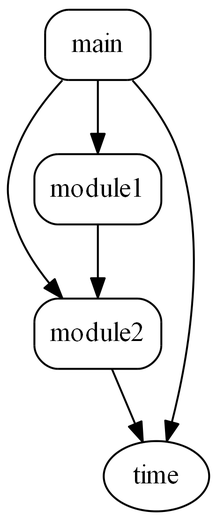
This is doc/graphs/uses_simplediagram.png from jahrWork/software_design, a Graphviz export, as it was before one commit. Its source is kept beside it as doc/graphs/uses_simplediagram.dot. The source it was exported from:
```dot
digraph G {
	graph [dpi=300, name="Diagrama import simple"];
	node [label="\N"];
	graph [bb="0,0,103.11,258"];
	module2 [shape=Mrecord, pos="46.111,91", width="0.89583", height="0.51389"];
	time [shape=ellipse, pos="76.111,18", width="0.75", height="0.5"];
	main [shape=Mrecord, pos="46.111,239", width="0.75", height="0.51389"];
	module1 [shape=Mrecord, pos="46.111,165", width="0.89583", height="0.51389"];
	main -> module1 [pos="e,46.111,183.44 46.111,220.94 46.111,212.81 46.111,202.88 46.111,193.7"];
	module2 -> time [pos="e,69.122,35.54 53.373,72.813 56.925,64.406 61.275,54.112 65.215,44.787"];
	main -> time [pos="e,81.397,35.938 63.857,220.77 72.689,210.94 82.454,197.83 87.111,184 102.81,137.35 92.55,79.18 84.057,45.843"];
	main -> module2 [pos="e,27.939,109.15 27.939,220.85 18.894,211.03 8.8903,197.93 4.1108,184 -1.3703,168.03 -1.3703,161.97 4.1108,146 7.7328,135.44 14.355\
,125.36 21.286,116.83"];
	module1 -> module2 [pos="e,46.111,109.44 46.111,146.94 46.111,138.81 46.111,128.88 46.111,119.7"];
}
```
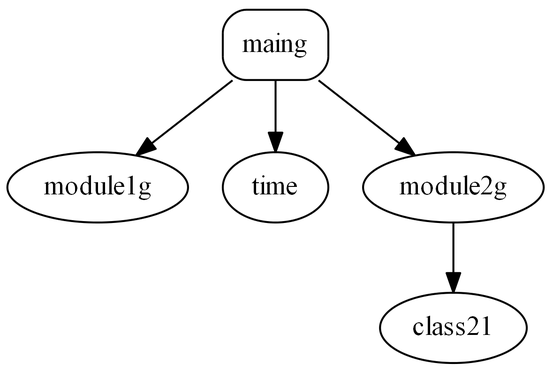
Above is the later version.

Change to the diagram source:
```diff
@@ -1,15 +1,190 @@
 digraph G {
-	graph [dpi=300, name="Diagrama import simple"];
+	graph [dpi=300, grap_name="TOP-DOWN design"];
 	node [label="\N"];
-	graph [bb="0,0,103.11,258"];
-	module2 [shape=Mrecord, pos="46.111,91", width="0.89583", height="0.51389"];
-	time [shape=ellipse, pos="76.111,18", width="0.75", height="0.5"];
-	main [shape=Mrecord, pos="46.111,239", width="0.75", height="0.51389"];
-	module1 [shape=Mrecord, pos="46.111,165", width="0.89583", height="0.51389"];
-	main -> module1 [pos="e,46.111,183.44 46.111,220.94 46.111,212.81 46.111,202.88 46.111,193.7"];
-	module2 -> time [pos="e,69.122,35.54 53.373,72.813 56.925,64.406 61.275,54.112 65.215,44.787"];
-	main -> time [pos="e,81.397,35.938 63.857,220.77 72.689,210.94 82.454,197.83 87.111,184 102.81,137.35 92.55,79.18 84.057,45.843"];
-	main -> module2 [pos="e,27.939,109.15 27.939,220.85 18.894,211.03 8.8903,197.93 4.1108,184 -1.3703,168.03 -1.3703,161.97 4.1108,146 7.7328,135.44 14.355\
-,125.36 21.286,116.83"];
-	module1 -> module2 [pos="e,46.111,109.44 46.111,146.94 46.111,138.81 46.111,128.88 46.111,119.7"];
+	graph [bb="0,0,3122,406"];
+	"main.py" [shape=Mrecord, pos="1219,387", width="0.84028", height="0.51389"];
+	os [pos="1424,18", width="0.75", height="0.5"];
+	random [pos="2872,313", width="1.0604", height="0.5"];
+	numpy [pos="2794,165", width="0.98259", height="0.5"];
+	torch [pos="600,18", width="0.81802", height="0.5"];
+	logging [pos="959,91", width="1.0284", height="0.5"];
+	cmd_args [shape=Mrecord, pos="1774,313", width=1, height="0.51389"];
+	argparse [pos="1861,239", width="1.1472", height="0.5"];
+	sys [pos="1774,239", width="0.75", height="0.5"];
+	config [shape=Mrecord, pos="987,165", width="0.75", height="0.51389"];
+	io [shape=Mrecord, pos="3007,91", width="0.75", height="0.51389"];
+	json [pos="2918,18", width="0.75", height="0.5"];
+	shutil [pos="3011,18", width="0.81802", height="0.5"];
+	ast [pos="3095,18", width="0.75", height="0.5"];
+	register [shape=Mrecord, pos="308,91", width="0.78472", height="0.51389"];
+	nn [pos="252,18", width="0.75", height="0.5"];
+	loader [shape=Mrecord, pos="1572,239", width="0.75", height="0.51389"];
+	networkx [pos="2658,91", width="1.2249", height="0.5"];
+	time [pos="1369,165", width="0.75", height="0.5"];
+	pickle [pos="2201,165", width="0.89579", height="0.5"];
+	dataset [pos="2288,165", width="1.0055", height="0.5"];
+	data [pos="2369,165", width="0.75", height="0.5"];
+	datasets [pos="1606,165", width="1.1152", height="0.5"];
+	transforms [pos="1714,165", width="1.3895", height="0.5"];
+	feature_augment [pos="1852,165", width="1.9471", height="0.5"];
+	transform [shape=Mrecord, pos="2628,165", width="0.97917", height="0.51389"];
+	utils [pos="2569,91", width="0.75", height="0.5"];
+	graphproppred [pos="2006,165", width="1.8145", height="0.5"];
+	batch [pos="2120,165", width="0.84093", height="0.5"];
+	logger [shape=Mrecord, pos="1399,313", width="0.75", height="0.51389"];
+	math [pos="1323,239", width="0.78608", height="0.5"];
+	pdb [pos="1297,165", width="0.75", height="0.5"];
+	metrics [pos="1654,239", width="1.0284", height="0.5"];
+	tensorboardX [pos="2475,165", width="1.6958", height="0.5"];
+	device [shape=Mrecord, pos="1173,239", width="0.75", height="0.51389"];
+	subprocess [pos="1161,165", width="1.4534", height="0.5"];
+	optimizer [shape=Mrecord, pos="96,239", width="0.94444", height="0.51389"];
+	optim [pos="60,165", width="0.87288", height="0.5"];
+	model_builder [shape=Mrecord, pos="636,239", width="1.3403", height="0.51389"];
+	gnn [pos="551,165", width="0.75", height="0.5"];
+	network [pos="636,165", width="1.1152", height="0.5"];
+	train [shape=Mrecord, pos="918,313", width="0.75", height="0.51389"];
+	loss [shape=Mrecord, pos="355,239", width="0.75", height="0.51389"];
+	functional [pos="308,165", width="1.2798", height="0.5"];
+	epoch [shape=Mrecord, pos="1025,239", width="0.75", height="0.51389"];
+	checkpoint [shape=Mrecord, pos="865,239", width="1.0833", height="0.51389"];
+	agg_runs [shape=Mrecord, pos="2844,239", width="0.94444", height="0.51389"];
+	pandas [pos="2960,165", width="1.0055", height="0.5"];
+	comp_budget [shape=Mrecord, pos="1261,313", width="1.3125", height="0.51389"];
+	"main.py" -> os [pos="e,1451.2,19.179 1249.5,384.7 1463.5,375.42 2730,317.21 2730,240 2730,240 2730,240 2730,164 2730,122.25 2742.8,99.029 2711,72 2662.1\
+,30.489 1667.5,20.816 1461.3,19.253"];
+	"main.py" -> random [pos="e,2844.1,325.38 1249.6,386.21 1443.4,387.38 2502.5,390.92 2820,332 2824.7,331.12 2829.6,329.89 2834.4,328.48"];
+	"main.py" -> numpy [pos="e,2794.7,183.15 1249.8,385.92 1460.6,385.24 2682.7,379.29 2744,332 2786.5,299.22 2794.1,231.52 2794.7,193.48"];
+	"main.py" -> torch [pos="e,570.65,19.711 1188.3,385.67 1020,383.7 212.84,372.19 110,332 50.639,308.8 0,303.73 0,240 0,240 0,240 0,164 0,48.313 426.77,24.625\
+ 560.45,20.043"];
+	"main.py" -> logging [pos="e,925.59,99.059 1188.3,383.51 1115.6,377.24 935.5,359.32 882,332 840.58,310.85 825.8,300.97 808,258 788.36,210.6 800.67,183.21 836\
+,146 857.36,123.5 889.72,109.81 915.9,101.84"];
+	"main.py" -> cmd_args [pos="e,1737.8,318.7 1249.6,382.03 1341.9,370.06 1617.4,334.31 1727.7,320.01"];
+	cmd_args -> argparse [pos="e,1842.6,255.23 1794.6,294.94 1806.6,285.04 1821.7,272.48 1834.6,261.87"];
+	cmd_args -> sys [pos="e,1774,257.44 1774,294.94 1774,286.81 1774,276.88 1774,267.7"];
+	"main.py" -> config [pos="e,1013.5,183.14 1201.7,368.92 1177.3,344.66 1131.5,298.67 1094,258 1078.8,241.55 1077.5,235.13 1061,220 1049,208.98 1034.8,198.14\
+ 1022,189.1"];
+	config -> logging [pos="e,965.59,108.94 980.36,146.94 977.05,138.42 972.97,127.92 969.26,118.4"];
+	config -> os [pos="e,1399,24.901 1014.1,152.61 1058.4,134.26 1149.2,97.62 1228,72 1283.7,53.889 1349.7,36.961 1389.1,27.31"];
+	config -> io [pos="e,2979.7,94.014 1014,158.59 1036.6,154.32 1069.8,148.66 1099,146 1812.7,80.991 1995,139.75 2711,110 2804,106.13 2913.3,98.748 2969.5\
+,94.744"];
+	io -> json [pos="e,2934.6,32.25 2985.5,72.813 2972.5,62.481 2956,49.299 2942.5,38.568"];
+	io -> os [pos="e,1451.2,19.024 2979.9,85.613 2952.7,81.389 2909.6,75.186 2872,72 2312.2,24.542 1627,19.552 1461.3,19.051"];
+	io -> shutil [pos="e,3010,36.029 3008,72.813 3008.4,64.789 3009,55.047 3009.5,46.069"];
+	io -> ast [pos="e,3078.3,32.477 3028.3,72.813 3041,62.549 3057.2,49.473 3070.5,38.78"];
+	config -> register [pos="e,336.61,95.034 959.96,161.13 854.51,149.95 470.57,109.24 346.76,96.11"];
+	register -> torch [pos="e,573.06,25.551 336.53,83.063 389.73,70.127 504.03,42.335 563.05,27.984"];
+	register -> nn [pos="e,264.29,34.576 294.44,72.813 287.26,63.707 278.33,52.388 270.52,42.483"];
+	"main.py" -> loader [pos="e,1551.5,257.11 1249.8,381.74 1292.7,375.05 1372.3,359.86 1435,332 1475.4,314.05 1516.9,284.31 1543.4,263.52"];
+	loader -> networkx [pos="e,2667.8,108.76 1599,222.97 1602,221.79 1605,220.76 1608,220 1665.3,205.44 2630.9,226.52 2672,184 2688.7,166.75 2681.3,138.56 2672.2\
+,117.93"];
+	loader -> time [pos="e,1392.5,174.33 1544.6,228.29 1507.6,215.16 1441.7,191.78 1402,177.7"];
+	loader -> logging [pos="e,995.86,92.772 1556.6,220.8 1534.7,196.67 1494.8,154.74 1476,146 1393,107.53 1117.3,96.125 1006.1,93.045"];
+	loader -> pickle [pos="e,2177.5,177.73 1599.1,223.07 1602,221.86 1605,220.8 1608,220 1844.9,155.86 1920.3,241.16 2159,184 2162,183.28 2165,182.37 2168.1\
+,181.34"];
+	loader -> dataset [pos="e,2262.2,177.75 1599.1,223.04 1602,221.84 1605,220.79 1608,220 1880.7,147.39 1966.3,244.17 2242,184 2245.5,183.25 2249,182.27 2252.5\
+,181.16"];
+	loader -> torch [pos="e,629.36,19.78 1566.1,220.91 1557.8,199.64 1540.5,163.94 1513,146 1365.3,49.627 795.01,25.059 639.41,20.092"];
+	loader -> data [pos="e,2349.4,177.63 1599.1,223.02 1602,221.82 1605,220.78 1608,220 1920.1,138.11 2020.9,265.89 2333,184 2335.3,183.39 2337.7,182.61 \
+2340,181.73"];
+	loader -> datasets [pos="e,1598,182.94 1580.1,220.94 1584.1,212.33 1589.1,201.7 1593.7,192.09"];
+	loader -> transforms [pos="e,1686.1,180.15 1599,224.29 1621.2,213.07 1652.7,197.1 1677.1,184.71"];
+	loader -> config [pos="e,1014.1,170.71 1544.8,235.33 1472.2,228.12 1268.1,207.23 1099,184 1074,180.57 1046,176.07 1024.2,172.42"];
+	loader -> feature_augment [pos="e,1801.4,177.59 1599.2,223.52 1602.1,222.23 1605.1,221.02 1608,220 1678.8,195.02 1699.7,200.34 1773,184 1779,182.65 1785.3,181.24\
+ 1791.6,179.82"];
+	loader -> transform [pos="e,2592.3,175.18 1599,222.98 1602,221.8 1605,220.76 1608,220 1809.8,168.24 2338.3,210.18 2545,184 2557.2,182.45 2570.3,179.99 2582.4\
+,177.39"];
+	transform -> networkx [pos="e,2650.9,108.94 2635.1,146.94 2638.7,138.42 2643,127.92 2647,118.4"];
+	transform -> torch [pos="e,629.41,19.754 2592.3,149.79 2587.5,148.3 2582.7,146.98 2578,146 2187.7,64.918 883.81,26.578 639.59,20.025"];
+	transform -> utils [pos="e,2581.7,107.47 2614,146.94 2606.3,137.49 2596.5,125.6 2588.1,115.31"];
+	loader -> register [pos="e,336.65,92.638 1544.8,222.82 1498.5,196.97 1408.8,147.07 1405,146 1301.6,116.68 529.97,97.132 346.88,92.874"];
+	loader -> graphproppred [pos="e,1960.2,177.95 1599.1,223.21 1602.1,221.97 1605.1,220.87 1608,220 1746.5,179.07 1788.7,208.9 1931,184 1937.2,182.91 1943.7,181.61\
+ 1950.2,180.21"];
+	loader -> batch [pos="e,2098.1,177.51 1599.1,223.1 1602,221.89 1605,220.82 1608,220 1810.8,163.91 1876.1,235.95 2080,184 2082.8,183.28 2085.7,182.37 2088.6\
+,181.34"];
+	"main.py" -> logger [pos="e,1371.9,324.86 1249.5,373.79 1280.8,361.3 1329.3,341.9 1362.5,328.6"];
+	logger -> torch [pos="e,611.77,34.754 1371.8,305.01 1356,301.18 1335.5,296.68 1317,294 1206.8,278.02 917.18,306.73 817,258 766.05,233.22 660.23,98.503\
+ 617.98,42.96"];
+	logger -> math [pos="e,1338.3,254.51 1381,294.94 1370.4,284.94 1357,272.21 1345.7,261.52"];
+	logger -> os [pos="e,1424.6,36.231 1404.9,294.71 1408.2,284.22 1412,270.49 1414,258 1426,182.01 1425.9,90.866 1424.9,46.277"];
+	logger -> sys [pos="e,1752.7,250.58 1426.4,309.94 1484.1,305.08 1622,290.76 1733,258 1736.4,257 1739.9,255.79 1743.3,254.48"];
+	logger -> logging [pos="e,955.83,108.95 1371.8,305.27 1355.9,301.52 1335.4,297.02 1317,294 1244.6,282.12 1049.4,299.58 989,258 945.7,228.2 947.14,198.42\
+ 951,146 951.65,137.13 952.9,127.51 954.22,118.87"];
+	logger -> config [pos="e,1014.1,170.53 1396.8,294.64 1393.2,273.43 1383.7,238.14 1360,220 1313.5,184.41 1156.9,192.65 1099,184 1074.1,180.28 1046,175.77\
+ 1024.3,172.2"];
+	logger -> io [pos="e,3016.8,109.18 1426.4,310.29 1482.9,306.81 1616.6,298.81 1729,294 1857.6,288.49 2762.7,291.49 2887,258 2953.8,240 2988.6,243.44\
+ 3024,184 3035.9,164.07 3029.2,137.73 3021,118.35"];
+	logger -> pdb [pos="e,1317.9,176.97 1402.7,294.94 1405.9,275.29 1408.2,242.79 1394,220 1392,216.73 1354.6,196.47 1326.9,181.73"];
+	logger -> metrics [pos="e,1626.5,251.4 1426,306.11 1466.1,297.13 1543.6,278.82 1608,258 1610.9,257.05 1613.9,256.02 1616.9,254.94"];
+	logger -> tensorboardX [pos="e,2433.1,178.21 1426.1,312.43 1481,312.21 1608,306.06 1700,258 1721.2,246.94 1716.2,229.73 1738,220 1873.6,159.52 2258.3,206.59 \
+2405,184 2410.9,183.09 2417,181.91 2423,180.57"];
+	logger -> device [pos="e,1200,248.6 1371.7,303.32 1331.2,290.41 1255.1,266.16 1209.7,251.71"];
+	device -> torch [pos="e,629.37,20.102 1146.5,220.95 1131.8,210.98 1113.6,197.68 1099,184 1051.5,139.63 1062,103.23 1005,72 942.55,37.777 728.82,24.631\
+ 639.61,20.555"];
+	device -> subprocess [pos="e,1163.9,183.44 1170.2,220.94 1168.8,212.72 1167.1,202.66 1165.6,193.41"];
+	device -> numpy [pos="e,2761.2,171.93 1200,232.62 1222.6,228.37 1255.8,222.71 1285,220 1899,162.95 2057.6,237.1 2672,184 2698.5,181.71 2728,177.41 2751.3\
+,173.59"];
+	device -> pdb [pos="e,1277.2,177.52 1200.2,222.2 1220.4,210.5 1247.8,194.58 1268.3,182.68"];
+	device -> config [pos="e,1014.2,178.31 1145.8,225.69 1141.2,223.72 1136.5,221.76 1132,220 1086.5,202.15 1073.5,201.85 1028,184 1026.6,183.45 1025.2,182.88\
+ 1023.7,182.3"];
+	device -> logging [pos="e,977.02,107.02 1146,225.33 1119.1,212.57 1080,193.45 1066,184 1044.9,169.69 1042.3,162.67 1023,146 1010.5,135.19 996.45,123.33 \
+984.73,113.48"];
+	device -> os [pos="e,1406.2,31.551 1188.2,220.66 1205.2,201.6 1233.9,170.45 1261,146 1306.9,104.49 1365,61.234 1398,37.447"];
+	"main.py" -> optimizer [pos="e,99.497,257.06 1188.4,386.25 1022.3,387.39 234.02,389.7 144,332 121.32,317.46 108.76,288.52 102.23,266.96"];
+	optimizer -> config [pos="e,959.96,168.18 130.11,235.24 270.56,223.89 803.56,180.82 949.73,169.01"];
+	optimizer -> optim [pos="e,68.222,182.44 87.469,220.94 83.102,212.2 77.697,201.39 72.839,191.68"];
+	optimizer -> register [pos="e,279.31,94.847 100.59,220.9 106.99,200.29 120.52,165.94 144,146 179.77,115.63 233.12,102.21 269.17,96.365"];
+	"main.py" -> model_builder [pos="e,643.93,257.01 1188.3,385.85 1091.1,384.88 791.3,378.16 708,332 681.11,317.1 660.82,287.59 648.75,266"];
+	model_builder -> torch [pos="e,583.03,32.767 587.21,229.44 561.04,222.1 530.96,208.61 515,184 482.88,134.49 540.22,71.369 575.46,39.453"];
+	model_builder -> config [pos="e,959.88,171.56 684.81,227.99 755.82,213.42 886.11,186.7 949.87,173.62"];
+	model_builder -> gnn [pos="e,567.03,179.57 615.86,220.94 603.5,210.47 587.61,197.01 574.66,186.04"];
+	model_builder -> network [pos="e,636,183.44 636,220.94 636,212.81 636,202.88 636,193.7"];
+	model_builder -> register [pos="e,336.59,108.82 587.42,223.03 556.75,213.07 516.53,199.08 482,184 433.56,162.84 380.14,133.67 345.43,113.88"];
+	"main.py" -> train [pos="e,945.09,320.48 1188.5,378.7 1132.8,365.38 1015,337.2 954.92,322.83"];
+	train -> torch [pos="e,575.07,27.948 890.97,309.83 820.56,303.83 633.16,285.66 578,258 535.86,236.87 520.33,227.43 502,184 495.43,168.44 500.53,162.83\
+ 502,146 504.9,112.73 496.32,99.681 515,72 527.15,53.998 547.67,40.948 565.5,32.302"];
+	train -> time [pos="e,1350,178.03 945.29,310.02 997.8,305.55 1115.9,292.25 1209,258 1235.9,248.11 1303.2,207.21 1341.4,183.4"];
+	train -> logging [pos="e,934.69,104.73 890.64,305.76 866.53,298.66 832.84,284.44 817,258 808.32,243.51 810.48,235.58 817,220 838.1,169.54 890.87,131.01\
+ 925.79,109.96"];
+	train -> config [pos="e,978.79,183.38 926.05,294.97 937.93,269.83 960.27,222.55 974.36,192.76"];
+	train -> loss [pos="e,382.16,246.12 890.9,309.74 818.25,303.49 613.15,284.69 444,258 426.88,255.3 408.06,251.6 392.15,248.26"];
+	loss -> torch [pos="e,571.27,22.327 359.54,220.98 369.31,187.58 395.48,113.12 444,72 477.52,43.591 526.98,30.193 561.18,24.019"];
+	loss -> nn [pos="e,245.45,35.534 327.55,233.18 301,226.9 262.18,213.07 244,184 217.4,141.47 230.88,80.036 242.09,45.379"];
+	loss -> functional [pos="e,319.06,182.94 343.86,220.94 338.13,212.15 331.02,201.26 324.64,191.5"];
+	loss -> register [pos="e,282.9,109.23 327.85,231.98 303.47,224.97 269.12,210.78 253,184 244.29,169.53 246.47,161.57 253,146 257.81,134.53 266.38,124.27\
+ 275.35,115.85"];
+	loss -> config [pos="e,959.94,169.08 382.16,234.91 482.74,223.45 834.21,183.41 949.82,170.24"];
+	train -> epoch [pos="e,999.45,257.19 943.36,294.94 957.64,285.32 975.68,273.19 991.16,262.77"];
+	epoch -> config [pos="e,996.2,183.44 1016,220.94 1011.5,212.45 1006,202.01 1001,192.51"];
+	train -> checkpoint [pos="e,877.84,257.44 905.44,294.94 899,286.19 891.02,275.35 883.86,265.63"];
+	checkpoint -> config [pos="e,959.97,181.95 893.91,220.94 911.11,210.79 933.06,197.83 951.33,187.05"];
+	checkpoint -> torch [pos="e,626.4,26.679 843.76,220.93 831.6,210.74 816.35,197.24 804,184 761.2,138.1 767.23,110.93 718,72 693.54,52.657 660.89,38.704 636.14\
+,29.985"];
+	checkpoint -> os [pos="e,1397.1,20.053 864.24,220.87 863.74,186.59 868,109.62 913,72 949.25,41.692 1275.6,25.244 1387,20.478"];
+	checkpoint -> logging [pos="e,945.88,108.15 873.95,221 884.02,202.23 901.18,171.34 918,146 924.68,135.94 932.59,125.27 939.67,116.09"];
+	"main.py" -> agg_runs [pos="e,2838,257.27 1249.8,385.73 1462.8,383.75 2712.5,370.52 2782,332 2807.4,317.91 2824.4,288.47 2834.1,266.67"];
+	agg_runs -> os [pos="e,1451,19.087 2846.8,220.95 2849.2,201.6 2850.5,169.65 2838,146 2813.2,98.95 2793.9,90.408 2744,72 2620.9,26.561 1662.6,20.007 1461.1\
+,19.128"];
+	agg_runs -> json [pos="e,2914.4,36.243 2854,220.92 2859.8,210.5 2867,196.77 2872,184 2890.6,136.81 2904.8,79.267 2912.3,46.109"];
+	agg_runs -> numpy [pos="e,2805.4,182.44 2832.2,220.94 2825.9,211.93 2818.1,200.72 2811.2,190.77"];
+	agg_runs -> shutil [pos="e,3023.6,34.638 2878.3,237.35 2918.8,234.69 2985.6,224 3024,184 3059,147.59 3056.5,120.64 3043,72 3040.2,61.856 3034.8,51.714 3029.3\
+,43.058"];
+	agg_runs -> ast [pos="e,3095.6,36.215 2878.2,238.89 2923.7,238.14 3003.8,229.78 3050,184 3087.1,147.27 3094.5,83.168 3095.4,46.614"];
+	agg_runs -> pandas [pos="e,2938.1,179.57 2871.5,220.94 2888.8,210.17 2911.3,196.25 2929.2,185.11"];
+	agg_runs -> logging [pos="e,996.27,92.508 2810,236.94 2758.2,234.06 2658.1,223.38 2584,184 2562.6,172.64 2567.3,155.5 2545,146 2472.5,115.08 1262.4,96.291\
+ 1006.4,92.651"];
+	agg_runs -> config [pos="e,1014,171.34 2809.7,237.54 2596.5,234.59 1448.8,217.38 1099,184 1073.9,181.6 1045.9,177.1 1024.2,173.2"];
+	agg_runs -> io [pos="e,3012,109.12 2878.3,237.34 2916.2,234.55 2975.8,223.65 3005,184 3018.6,165.57 3017.6,138.96 3014.1,119.09"];
+	agg_runs -> tensorboardX [pos="e,2520.1,177.25 2809.9,232.36 2755,223.12 2643.7,203.83 2550,184 2543.5,182.62 2536.7,181.1 2529.9,179.54"];
+	agg_runs -> pdb [pos="e,1316.6,177.68 2809.7,237.19 2591.6,231.97 1406.9,202.84 1333,184 1330.7,183.4 1328.3,182.64 1325.9,181.76"];
+	"main.py" -> comp_budget [pos="e,1250.8,331.44 1229,368.94 1234,360.37 1240.1,349.79 1245.7,340.22"];
+	comp_budget -> math [pos="e,1309.7,255.47 1275.7,294.94 1283.8,285.49 1294.1,273.6 1302.9,263.31"];
+	comp_budget -> loader [pos="e,1544.7,246.31 1308.6,300.99 1370.7,286.6 1478.3,261.7 1534.8,248.61"];
+	comp_budget -> model_builder [pos="e,684.65,246.02 1213.3,306.73 1127.4,297.21 941.06,276.44 784,258 754.59,254.55 721.92,250.59 694.77,247.26"];
+	comp_budget -> config [pos="e,1014.2,181.44 1213.3,295.29 1189.5,285.95 1160.8,273.14 1137,258 1115.5,244.3 1115.3,234.1 1094,220 1065.8,201.32 1053.9,200.98\
+ 1023.3,186.06"];
+	comp_budget -> pdb [pos="e,1292.8,182.93 1265.2,294.97 1271.4,269.8 1283.1,222.46 1290.4,192.67"];
+	"main.py" -> device [pos="e,1178.5,257.38 1213.6,368.97 1205.7,343.94 1190.9,296.96 1181.6,267.15"];
+	"main.py" -> register [pos="e,279.23,108.13 1188.1,384.46 1048.2,377.06 474.74,342.01 319,258 277.79,235.77 262.07,227.2 244,184 237.48,168.42 236.88,161.32\
+ 244,146 249.86,133.39 260.27,122.67 271.02,114.18"];
 }
```
